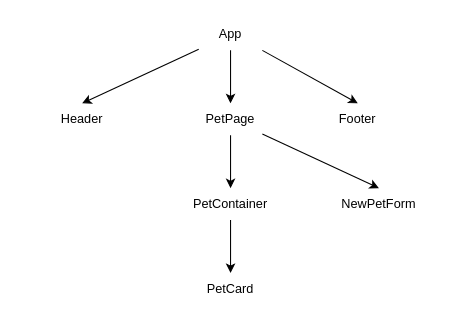
The draw.io diagram src/DrawPets.drawio in Ketchuso/Animal-Adoption, before the edit. Source tidied: cells renumbered, new cells numbered last; positions are measured from the earlier drawing's top-left corner, leaving out a move shared by most shapes. Both pictures are drawn from the tidied source at 106%, with x=0, y=0 at pixel (50, 18).
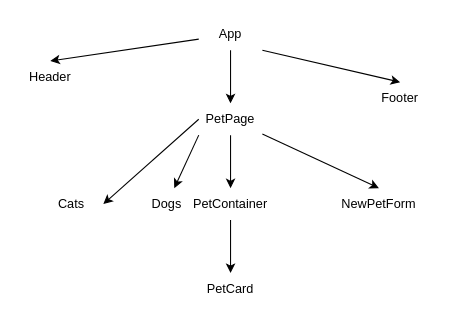
Above is the later version.

Commit message (it also covers changes not shown here):
changes onclick to onsubmit and changes draw.io hierarchy

Diff of the diagram source:
```diff
@@
 <mxGraphModel>
   <root>
     <mxCell id="0" />
     <mxCell id="1" parent="0" />
     <mxCell id="2" style="edgeStyle=none;html=1;entryX=0.5;entryY=0;entryDx=0;entryDy=0;" parent="1" edge="1" source="5" target="12">
       <mxGeometry relative="1" as="geometry" />
     </mxCell>
     <mxCell id="3" style="edgeStyle=none;html=1;entryX=0.5;entryY=0;entryDx=0;entryDy=0;" parent="1" edge="1" source="5" target="6">
       <mxGeometry relative="1" as="geometry" />
     </mxCell>
     <mxCell id="4" style="edgeStyle=none;html=1;exitX=1;exitY=1;exitDx=0;exitDy=0;entryX=0.5;entryY=0;entryDx=0;entryDy=0;" parent="1" edge="1" source="5" target="14">
       <mxGeometry relative="1" as="geometry" />
     </mxCell>
     <mxCell id="5" value="App" style="text;html=1;align=center;verticalAlign=middle;whiteSpace=wrap;rounded=0;" parent="1" vertex="1">
       <mxGeometry x="140" width="60" height="30" as="geometry" />
     </mxCell>
     <mxCell id="6" value="Header" style="text;html=1;align=center;verticalAlign=middle;whiteSpace=wrap;rounded=0;" parent="1" vertex="1">
-      <mxGeometry y="80" width="60" height="30" as="geometry" />
+      <mxGeometry x="-30" y="40" width="60" height="30" as="geometry" />
     </mxCell>
     <mxCell id="7" style="edgeStyle=none;html=1;entryX=0.5;entryY=0;entryDx=0;entryDy=0;" parent="1" edge="1" source="8" target="13">
       <mxGeometry relative="1" as="geometry" />
     </mxCell>
     <mxCell id="8" value="PetContainer" style="text;html=1;align=center;verticalAlign=middle;whiteSpace=wrap;rounded=0;" parent="1" vertex="1">
       <mxGeometry x="140" y="160" width="60" height="30" as="geometry" />
     </mxCell>
     <mxCell id="9" value="NewPetForm" style="text;html=1;align=center;verticalAlign=middle;whiteSpace=wrap;rounded=0;" parent="1" vertex="1">
       <mxGeometry x="280" y="160" width="60" height="30" as="geometry" />
     </mxCell>
     <mxCell id="10" style="edgeStyle=none;html=1;entryX=0.5;entryY=0;entryDx=0;entryDy=0;" parent="1" edge="1" source="12" target="9">
       <mxGeometry relative="1" as="geometry" />
     </mxCell>
     <mxCell id="11" style="edgeStyle=none;html=1;entryX=0.5;entryY=0;entryDx=0;entryDy=0;" parent="1" edge="1" source="12" target="8">
       <mxGeometry relative="1" as="geometry" />
     </mxCell>
+    <mxCell id="15" style="edgeStyle=none;html=1;exitX=0;exitY=1;exitDx=0;exitDy=0;" parent="1" edge="1" source="12" target="17">
+      <mxGeometry relative="1" as="geometry" />
+    </mxCell>
+    <mxCell id="16" style="edgeStyle=none;html=1;exitX=0;exitY=0.5;exitDx=0;exitDy=0;entryX=1;entryY=0.5;entryDx=0;entryDy=0;" parent="1" edge="1" source="12" target="18">
+      <mxGeometry relative="1" as="geometry" />
+    </mxCell>
     <mxCell id="12" value="PetPage" style="text;html=1;align=center;verticalAlign=middle;whiteSpace=wrap;rounded=0;" parent="1" vertex="1">
       <mxGeometry x="140" y="80" width="60" height="30" as="geometry" />
     </mxCell>
     <mxCell id="13" value="PetCard" style="text;html=1;align=center;verticalAlign=middle;whiteSpace=wrap;rounded=0;" parent="1" vertex="1">
       <mxGeometry x="140" y="240" width="60" height="30" as="geometry" />
     </mxCell>
     <mxCell id="14" value="Footer" style="text;html=1;align=center;verticalAlign=middle;whiteSpace=wrap;rounded=0;" parent="1" vertex="1">
-      <mxGeometry x="260" y="80" width="60" height="30" as="geometry" />
+      <mxGeometry x="300" y="60" width="60" height="30" as="geometry" />
     </mxCell>
+    <mxCell id="17" value="Dogs" style="text;strokeColor=none;align=center;fillColor=none;html=1;verticalAlign=middle;whiteSpace=wrap;rounded=0;" parent="1" vertex="1">
+      <mxGeometry x="80" y="160" width="60" height="30" as="geometry" />
+    </mxCell>
+    <mxCell id="18" value="Cats" style="text;strokeColor=none;align=center;fillColor=none;html=1;verticalAlign=middle;whiteSpace=wrap;rounded=0;" parent="1" vertex="1">
+      <mxGeometry x="-10" y="160" width="60" height="30" as="geometry" />
+    </mxCell>
   </root>
 </mxGraphModel>
```
